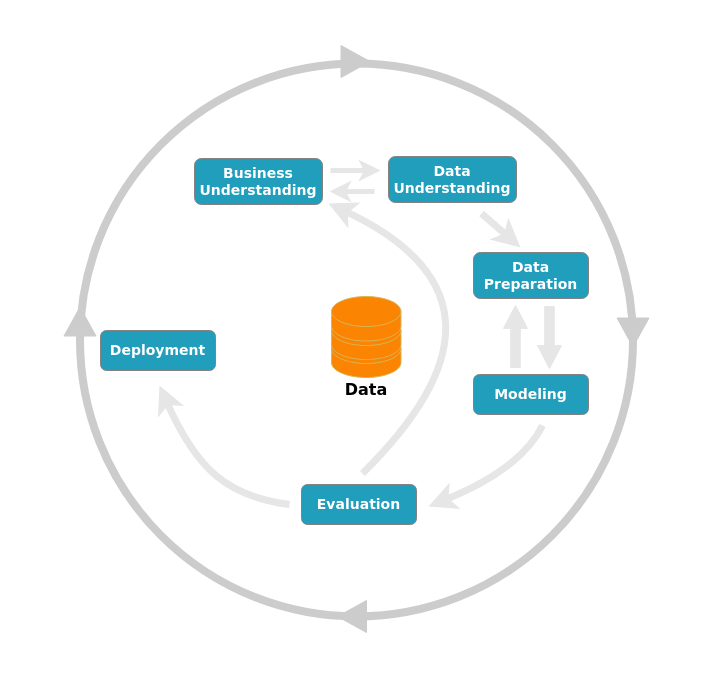
Above: drawio/ch-data-science/data-science-lifecycle.drawio in godaai/scale-py-zh (draw.io), before the change. Source tidied: cells renumbered, new cells numbered last; positions are measured from the earlier drawing's top-left corner, leaving out a move shared by most shapes. Both pictures are drawn from the tidied source at 100%, with x=0, y=0 at pixel (34, 17).
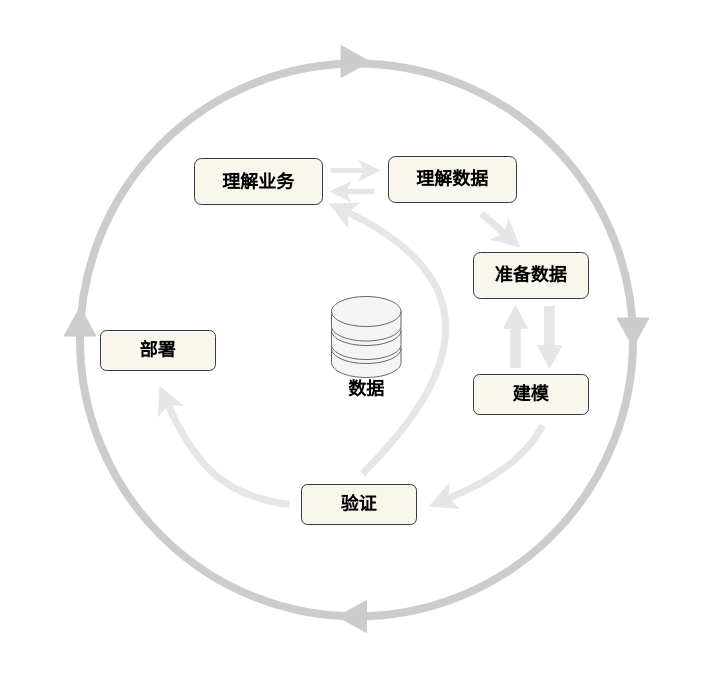
Above is the later version.

Change to the diagram source:
```diff
@@
     <mxCell id="2" style="rounded=0;whiteSpace=wrap;html=1;strokeColor=none;fillColor=none;" parent="1" vertex="1">
-      <mxGeometry width="669" height="648" as="geometry" />
+      <mxGeometry x="-17" y="7" width="669" height="648" as="geometry" />
     </mxCell>
@@
-    <mxCell id="4" style="shape=cylinder3;whiteSpace=wrap;html=1;boundedLbl=1;backgroundOutline=1;size=15;fillColor=#FB8402;strokeColor=#d6b656;" parent="1" vertex="1">
+    <mxCell id="4" style="shape=cylinder3;whiteSpace=wrap;html=1;boundedLbl=1;backgroundOutline=1;size=15;fillColor=#f5f5f5;strokeColor=#666666;fontColor=#333333;" parent="1" vertex="1">
       <mxGeometry x="297" y="316" width="69.5" height="44" as="geometry" />
     </mxCell>
-    <mxCell id="5" style="shape=cylinder3;whiteSpace=wrap;html=1;boundedLbl=1;backgroundOutline=1;size=15;fillColor=#FB8402;strokeColor=#d6b656;" parent="1" vertex="1">
+    <mxCell id="5" style="shape=cylinder3;whiteSpace=wrap;html=1;boundedLbl=1;backgroundOutline=1;size=15;fillColor=#f5f5f5;strokeColor=#666666;fontColor=#333333;" parent="1" vertex="1">
       <mxGeometry x="297" y="298" width="69.5" height="44" as="geometry" />
     </mxCell>
-    <mxCell id="6" style="shape=cylinder3;whiteSpace=wrap;html=1;boundedLbl=1;backgroundOutline=1;size=15;fillColor=#FB8402;strokeColor=#d6b656;" parent="1" vertex="1">
+    <mxCell id="6" style="shape=cylinder3;whiteSpace=wrap;html=1;boundedLbl=1;backgroundOutline=1;size=15;fillColor=#f5f5f5;strokeColor=#666666;fontColor=#333333;" parent="1" vertex="1">
       <mxGeometry x="297" y="279" width="69.5" height="44.5" as="geometry" />
     </mxCell>
-    <mxCell id="7" value="&lt;b&gt;&lt;font face=&quot;Verdana&quot; style=&quot;font-size: 16px;&quot;&gt;Data&lt;/font&gt;&lt;/b&gt;" style="text;html=1;align=center;verticalAlign=middle;whiteSpace=wrap;rounded=0;" parent="1" vertex="1">
+    <mxCell id="7" value="&lt;span style=&quot;font-size: 18px;&quot;&gt;&lt;font face=&quot;Verdana&quot; style=&quot;font-size: 18px;&quot;&gt;数据&lt;/font&gt;&lt;/span&gt;" style="text;html=1;align=center;verticalAlign=middle;whiteSpace=wrap;rounded=0;fontSize=18;fontStyle=1;" parent="1" vertex="1">
       <mxGeometry x="301.8" y="357" width="60" height="30" as="geometry" />
     </mxCell>
-    <mxCell id="8" value="&lt;font color=&quot;#ffffff&quot; face=&quot;Verdana&quot; style=&quot;font-size: 14px;&quot;&gt;&lt;b&gt;Evaluation&lt;/b&gt;&lt;/font&gt;" style="rounded=1;whiteSpace=wrap;html=1;strokeColor=#838181;fillColor=#219EBC;" parent="1" vertex="1">
+    <mxCell id="8" value="&lt;font face=&quot;Verdana&quot; style=&quot;font-size: 18px;&quot;&gt;&lt;b style=&quot;font-size: 18px;&quot;&gt;验证&lt;/b&gt;&lt;/font&gt;" style="rounded=1;whiteSpace=wrap;html=1;strokeColor=#36393d;fillColor=#f9f7ed;fontSize=18;" parent="1" vertex="1">
       <mxGeometry x="267" y="467" width="115" height="40" as="geometry" />
     </mxCell>
-    <mxCell id="9" value="&lt;font color=&quot;#ffffff&quot; face=&quot;Verdana&quot; style=&quot;font-size: 14px;&quot;&gt;&lt;b&gt;Modeling&lt;/b&gt;&lt;/font&gt;" style="rounded=1;whiteSpace=wrap;html=1;strokeColor=#838181;fillColor=#219EBC;" parent="1" vertex="1">
+    <mxCell id="9" value="&lt;font color=&quot;#000000&quot; face=&quot;Verdana&quot; style=&quot;font-size: 18px;&quot;&gt;&lt;b style=&quot;font-size: 18px;&quot;&gt;建模&lt;/b&gt;&lt;/font&gt;" style="rounded=1;whiteSpace=wrap;html=1;strokeColor=#36393d;fillColor=#f9f7ed;fontSize=18;" parent="1" vertex="1">
       <mxGeometry x="439" y="357" width="115" height="40" as="geometry" />
     </mxCell>
-    <mxCell id="10" value="&lt;font color=&quot;#ffffff&quot; face=&quot;Verdana&quot; style=&quot;font-size: 14px;&quot;&gt;&lt;b&gt;Data&lt;/b&gt;&lt;/font&gt;&lt;div&gt;&lt;font color=&quot;#ffffff&quot; face=&quot;Verdana&quot; style=&quot;font-size: 14px;&quot;&gt;&lt;b&gt;Preparation&lt;/b&gt;&lt;/font&gt;&lt;/div&gt;" style="rounded=1;whiteSpace=wrap;html=1;strokeColor=#838181;fillColor=#219EBC;" parent="1" vertex="1">
+    <mxCell id="10" value="&lt;font color=&quot;#000000&quot; face=&quot;Verdana&quot; style=&quot;font-size: 18px;&quot;&gt;&lt;b style=&quot;font-size: 18px;&quot;&gt;准备数据&lt;/b&gt;&lt;/font&gt;" style="rounded=1;whiteSpace=wrap;html=1;strokeColor=#36393d;fillColor=#f9f7ed;fontSize=18;" parent="1" vertex="1">
       <mxGeometry x="439" y="235" width="115" height="46" as="geometry" />
     </mxCell>
-    <mxCell id="11" value="&lt;font color=&quot;#ffffff&quot; face=&quot;Verdana&quot; style=&quot;font-size: 14px;&quot;&gt;&lt;b&gt;Data&lt;/b&gt;&lt;/font&gt;&lt;div&gt;&lt;font face=&quot;Verdana&quot; color=&quot;#ffffff&quot;&gt;&lt;span style=&quot;font-size: 14px;&quot;&gt;&lt;b&gt;Understanding&lt;/b&gt;&lt;/span&gt;&lt;/font&gt;&lt;/div&gt;" style="rounded=1;whiteSpace=wrap;html=1;strokeColor=#838181;fillColor=#219EBC;" parent="1" vertex="1">
+    <mxCell id="11" value="&lt;font color=&quot;#000000&quot; face=&quot;Verdana&quot; style=&quot;font-size: 18px;&quot;&gt;&lt;b style=&quot;font-size: 18px;&quot;&gt;理解数据&lt;/b&gt;&lt;/font&gt;" style="rounded=1;whiteSpace=wrap;html=1;strokeColor=#36393d;fillColor=#f9f7ed;fontSize=18;" parent="1" vertex="1">
       <mxGeometry x="354" y="139" width="128" height="46" as="geometry" />
     </mxCell>
-    <mxCell id="12" value="&lt;font face=&quot;Verdana&quot; color=&quot;#ffffff&quot;&gt;&lt;span style=&quot;font-size: 14px;&quot;&gt;&lt;b&gt;Business&lt;/b&gt;&lt;/span&gt;&lt;/font&gt;&lt;br&gt;&lt;div&gt;&lt;font face=&quot;Verdana&quot; color=&quot;#ffffff&quot;&gt;&lt;span style=&quot;font-size: 14px;&quot;&gt;&lt;b&gt;Understanding&lt;/b&gt;&lt;/span&gt;&lt;/font&gt;&lt;/div&gt;" style="rounded=1;whiteSpace=wrap;html=1;strokeColor=#838181;fillColor=#219EBC;" parent="1" vertex="1">
+    <mxCell id="12" value="&lt;font color=&quot;#000000&quot; size=&quot;1&quot; face=&quot;Verdana&quot;&gt;&lt;b style=&quot;font-size: 18px;&quot;&gt;理解业务&lt;/b&gt;&lt;/font&gt;" style="rounded=1;whiteSpace=wrap;html=1;strokeColor=#36393d;fillColor=#f9f7ed;" parent="1" vertex="1">
       <mxGeometry x="160" y="141" width="128" height="46" as="geometry" />
     </mxCell>
-    <mxCell id="13" value="&lt;font color=&quot;#ffffff&quot; face=&quot;Verdana&quot; style=&quot;font-size: 14px;&quot;&gt;&lt;b&gt;Deployment&lt;/b&gt;&lt;/font&gt;" style="rounded=1;whiteSpace=wrap;html=1;strokeColor=#838181;fillColor=#219EBC;" parent="1" vertex="1">
+    <mxCell id="13" value="&lt;font face=&quot;Verdana&quot; style=&quot;font-size: 18px;&quot;&gt;&lt;b style=&quot;font-size: 18px;&quot;&gt;部署&lt;/b&gt;&lt;/font&gt;" style="rounded=1;whiteSpace=wrap;html=1;strokeColor=#36393d;fillColor=#f9f7ed;fontSize=18;" parent="1" vertex="1">
       <mxGeometry x="66" y="313" width="115" height="40" as="geometry" />
     </mxCell>
```
